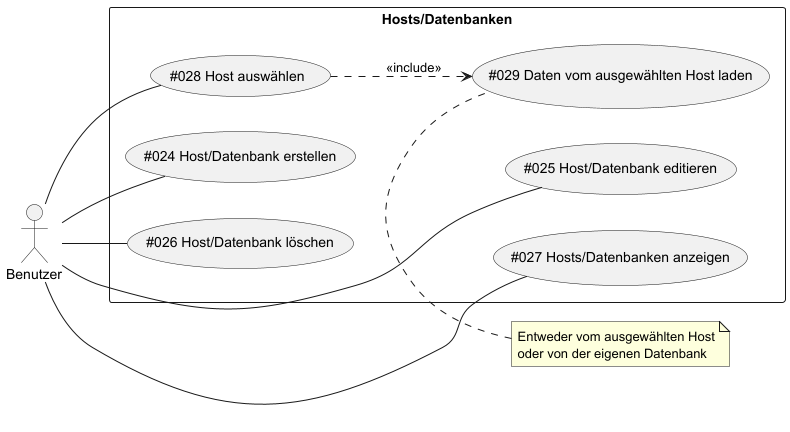
Earlier version of the PlantUML export data-integration-documentation/src/main/images/usecases/hosts.png (TuncerCatalkaya/data-integration).
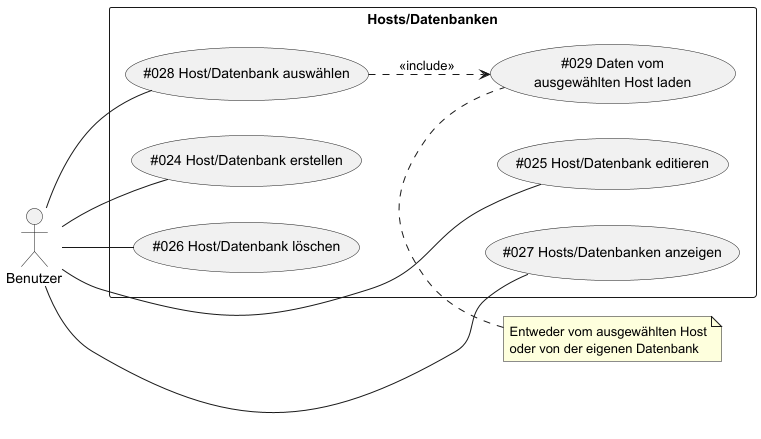
The same diagram one commit later.

The edit, as a diff of the source:
```diff
@@ -8,8 +8,8 @@
     (#025 Host/Datenbank editieren) as (UC25)
     (#026 Host/Datenbank löschen) as (UC26)
     (#027 Hosts/Datenbanken anzeigen) as (UC27)
-    (#028 Host auswählen) as (UC28)
-    (#029 Daten vom ausgewählten Host laden) as (UC29)
+    (#028 Host/Datenbank auswählen) as (UC28)
+    (#029 Daten vom\nausgewählten Host laden) as (UC29)
 }
 
 note "Entweder vom ausgewählten Host\noder von der eigenen Datenbank" as N1
```
